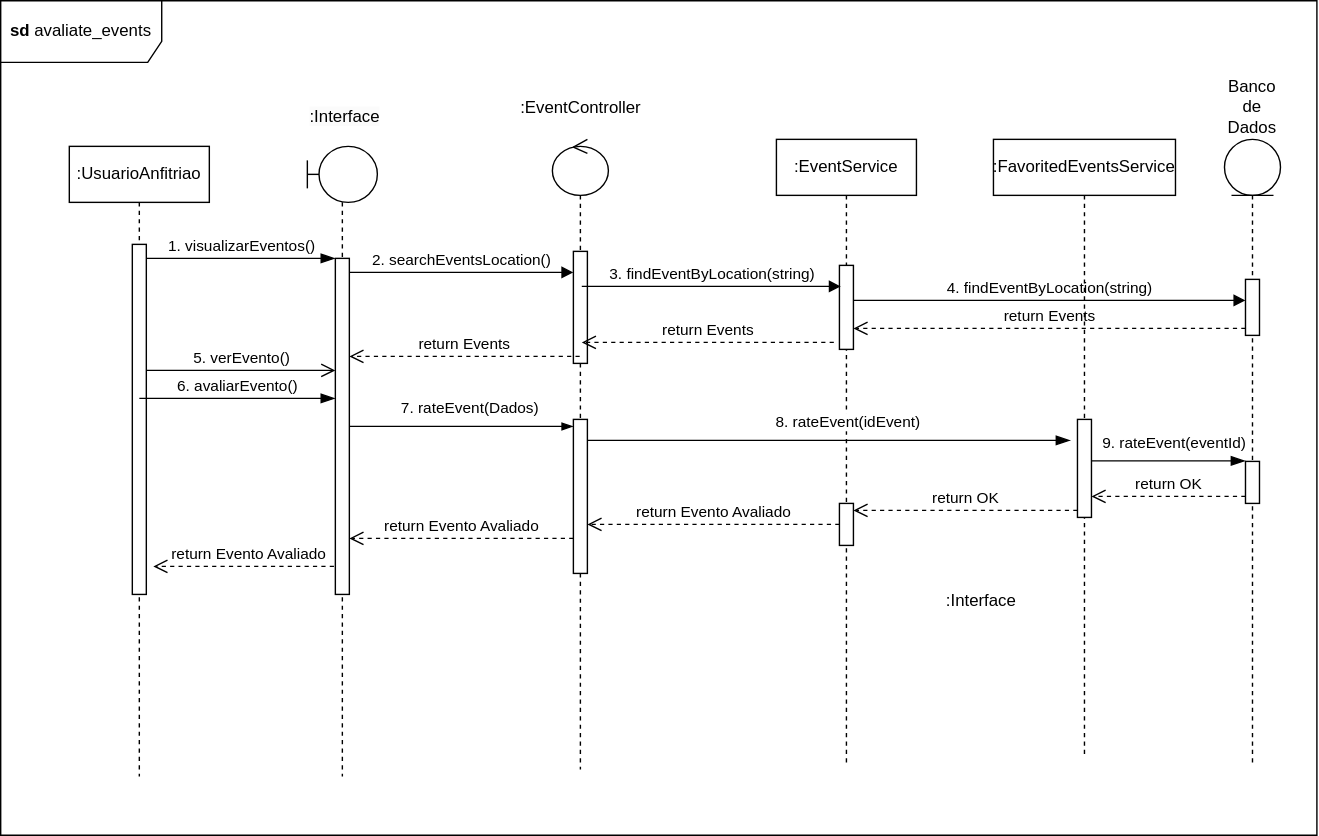
Earlier version of the draw.io export docs/Modelagem/assets/diagrama-de-sequencia/Avaliar_Eventos.svg (UnBArqDsw2024-2/2024.2_G5_Turismo_Entrega_0). Source tidied: cells renumbered, new cells last; positions are measured from the earlier drawing's top-left corner, leaving out a move shared by most shapes. Source of this version:
```xml
<mxGraphModel>
  <root>
    <mxCell id="0" />
    <mxCell id="1" parent="0" />
    <mxCell id="2" value="&lt;b&gt;sd&lt;/b&gt; avaliate_events" style="shape=umlFrame;whiteSpace=wrap;html=1;rotation=0;width=115;height=44;" parent="1" vertex="1">
      <mxGeometry width="940" height="596" as="geometry" />
    </mxCell>
    <mxCell id="3" value=":UsuarioAnfitriao" style="shape=umlLifeline;perimeter=lifelinePerimeter;whiteSpace=wrap;html=1;newEdgeStyle={&quot;curved&quot;:0,&quot;rounded&quot;:0};" parent="1" vertex="1">
      <mxGeometry x="49" y="104" width="100" height="450" as="geometry" />
    </mxCell>
    <mxCell id="4" style="html=1;points=[[0,0,0,0,5],[0,1,0,0,-5],[1,0,0,0,5],[1,1,0,0,-5]];perimeter=orthogonalPerimeter;outlineConnect=0;targetShapes=umlLifeline;portConstraint=eastwest;newEdgeStyle={&quot;curved&quot;:0,&quot;rounded&quot;:0};" parent="3" vertex="1">
      <mxGeometry x="45" y="70" width="10" height="250" as="geometry" />
    </mxCell>
    <mxCell id="5" value=":EventService" style="shape=umlLifeline;perimeter=lifelinePerimeter;whiteSpace=wrap;html=1;newEdgeStyle={&quot;curved&quot;:0,&quot;rounded&quot;:0};" parent="1" vertex="1">
      <mxGeometry x="554" y="99" width="100" height="445" as="geometry" />
    </mxCell>
    <mxCell id="6" style="html=1;points=[[0,0,0,0,5],[0,1,0,0,-5],[1,0,0,0,5],[1,1,0,0,-5]];perimeter=orthogonalPerimeter;outlineConnect=0;targetShapes=umlLifeline;portConstraint=eastwest;newEdgeStyle={&quot;curved&quot;:0,&quot;rounded&quot;:0};" parent="5" vertex="1">
      <mxGeometry x="45" y="260" width="10" height="30" as="geometry" />
    </mxCell>
    <mxCell id="7" style="html=1;perimeter=orthogonalPerimeter;targetShapes=umlLifeline;newEdgeStyle={&quot;curved&quot;:0,&quot;rounded&quot;:0};" parent="5" vertex="1">
      <mxGeometry x="45" y="90" width="10" height="60" as="geometry" />
    </mxCell>
    <mxCell id="8" value="Banco de Dados&lt;div&gt;&lt;br&gt;&lt;/div&gt;&lt;div&gt;&lt;br&gt;&lt;/div&gt;&lt;div&gt;&lt;br&gt;&lt;/div&gt;&lt;div&gt;&lt;br&gt;&lt;/div&gt;&lt;div&gt;&lt;br&gt;&lt;/div&gt;&lt;div&gt;&lt;br&gt;&lt;/div&gt;" style="shape=umlLifeline;perimeter=lifelinePerimeter;whiteSpace=wrap;html=1;newEdgeStyle={&quot;curved&quot;:0,&quot;rounded&quot;:0};participant=umlEntity;" parent="1" vertex="1">
      <mxGeometry x="874" y="99" width="40" height="445" as="geometry" />
    </mxCell>
    <mxCell id="9" style="html=1;perimeter=orthogonalPerimeter;targetShapes=umlLifeline;newEdgeStyle={&quot;curved&quot;:0,&quot;rounded&quot;:0};" parent="8" vertex="1">
      <mxGeometry x="15" y="100" width="10" height="40" as="geometry" />
    </mxCell>
    <mxCell id="10" style="html=1;perimeter=orthogonalPerimeter;targetShapes=umlLifeline;newEdgeStyle={&quot;curved&quot;:0,&quot;rounded&quot;:0};" parent="8" vertex="1">
      <mxGeometry x="15" y="230" width="10" height="30" as="geometry" />
    </mxCell>
    <mxCell id="11" style="shape=umlLifeline;perimeter=lifelinePerimeter;whiteSpace=wrap;html=1;outlineConnect=0;portConstraint=eastwest;newEdgeStyle={&quot;curved&quot;:0,&quot;rounded&quot;:0};participant=umlControl;" parent="1" vertex="1">
      <mxGeometry x="394" y="99" width="40" height="450" as="geometry" />
    </mxCell>
    <mxCell id="12" style="html=1;points=[[0,0,0,0,5],[0,1,0,0,-5],[1,0,0,0,5],[1,1,0,0,-5]];perimeter=orthogonalPerimeter;outlineConnect=0;targetShapes=umlLifeline;portConstraint=eastwest;newEdgeStyle={&quot;curved&quot;:0,&quot;rounded&quot;:0};" parent="11" vertex="1">
      <mxGeometry x="15" y="200" width="10" height="110" as="geometry" />
    </mxCell>
    <mxCell id="13" style="html=1;perimeter=orthogonalPerimeter;targetShapes=umlLifeline;newEdgeStyle={&quot;curved&quot;:0,&quot;rounded&quot;:0};" parent="11" vertex="1">
      <mxGeometry x="15" y="80" width="10" height="80" as="geometry" />
    </mxCell>
    <mxCell id="14" value=":Interface" style="text;html=1;align=center;verticalAlign=middle;strokeColor=none;fillColor=none;" parent="1" vertex="1">
      <mxGeometry x="665" y="414" width="70" height="30" as="geometry" />
    </mxCell>
    <mxCell id="15" value=":EventController&lt;div&gt;&lt;br&gt;&lt;/div&gt;" style="text;html=1;align=center;verticalAlign=middle;strokeColor=none;fillColor=none;" parent="1" vertex="1">
      <mxGeometry x="359" y="64" width="110" height="40" as="geometry" />
    </mxCell>
    <mxCell id="16" value="1. visualizarEventos()" style="html=1;verticalAlign=bottom;startArrow=none;startFill=0;endArrow=blockThin;startSize=6;endSize=8;curved=0;rounded=0;endFill=1;" parent="1" edge="1" source="4" target="37">
      <mxGeometry x="0.01" relative="1" as="geometry">
        <Array as="points">
          <mxPoint x="169" y="184" />
        </Array>
      </mxGeometry>
    </mxCell>
    <mxCell id="17" value="5. verEvento()" style="html=1;verticalAlign=bottom;startArrow=none;startFill=0;endArrow=open;startSize=6;endSize=8;curved=0;rounded=0;endFill=0;" parent="1" edge="1">
      <mxGeometry relative="1" as="geometry">
        <mxPoint x="104" y="264" as="sourcePoint" />
        <mxPoint x="239" y="264" as="targetPoint" />
        <Array as="points">
          <mxPoint x="169" y="264" />
        </Array>
      </mxGeometry>
    </mxCell>
    <mxCell id="18" value="8. rateEvent(idEvent)" style="html=1;verticalAlign=bottom;startArrow=none;startFill=0;endArrow=blockThin;startSize=6;endSize=8;curved=0;rounded=0;endFill=1;" parent="1" edge="1">
      <mxGeometry x="0.08" y="4" relative="1" as="geometry">
        <mxPoint x="419" y="314" as="sourcePoint" />
        <mxPoint x="764" y="314" as="targetPoint" />
      </mxGeometry>
    </mxCell>
    <mxCell id="19" value="return OK" style="html=1;verticalAlign=bottom;endArrow=open;dashed=1;endSize=8;curved=0;rounded=0;exitX=0;exitY=1;exitDx=0;exitDy=-5;exitPerimeter=0;" parent="1" edge="1" target="31">
      <mxGeometry relative="1" as="geometry">
        <mxPoint x="889" y="354" as="sourcePoint" />
      </mxGeometry>
    </mxCell>
    <mxCell id="20" value="return Evento Avaliado" style="html=1;verticalAlign=bottom;endArrow=open;dashed=1;endSize=8;curved=0;rounded=0;" parent="1" edge="1">
      <mxGeometry relative="1" as="geometry">
        <mxPoint x="599" y="374" as="sourcePoint" />
        <mxPoint x="419" y="374" as="targetPoint" />
      </mxGeometry>
    </mxCell>
    <mxCell id="21" value="return Evento Avaliado" style="html=1;verticalAlign=bottom;endArrow=open;dashed=1;endSize=8;curved=0;rounded=0;" parent="1" edge="1">
      <mxGeometry relative="1" as="geometry">
        <mxPoint x="409" y="384" as="sourcePoint" />
        <mxPoint x="249" y="384" as="targetPoint" />
      </mxGeometry>
    </mxCell>
    <mxCell id="22" value="return Evento Avaliado" style="html=1;verticalAlign=bottom;endArrow=open;dashed=1;endSize=8;curved=0;rounded=0;" parent="1" edge="1">
      <mxGeometry relative="1" as="geometry">
        <mxPoint x="244" y="404" as="sourcePoint" />
        <mxPoint x="109" y="404" as="targetPoint" />
      </mxGeometry>
    </mxCell>
    <mxCell id="23" value="7. rateEvent(Dados)" style="html=1;verticalAlign=bottom;startArrow=none;startFill=0;endArrow=blockThin;curved=0;rounded=0;endFill=1;" parent="1" edge="1" source="37" target="12">
      <mxGeometry x="0.07" y="4" relative="1" as="geometry">
        <Array as="points">
          <mxPoint x="325" y="304" />
        </Array>
      </mxGeometry>
    </mxCell>
    <mxCell id="24" value="6. avaliarEvento()" style="html=1;verticalAlign=bottom;startArrow=none;startFill=0;endArrow=blockThin;startSize=6;endSize=8;curved=0;rounded=0;endFill=1;" parent="1" edge="1">
      <mxGeometry relative="1" as="geometry">
        <mxPoint x="99" y="284" as="sourcePoint" />
        <mxPoint x="239" y="284" as="targetPoint" />
      </mxGeometry>
    </mxCell>
    <mxCell id="25" value="2. searchEventsLocation()" style="html=1;verticalAlign=bottom;endArrow=block;curved=0;rounded=0;entryX=0;entryY=0;entryDx=0;entryDy=5;entryPerimeter=0;" parent="1" edge="1">
      <mxGeometry relative="1" as="geometry">
        <mxPoint x="249" y="194" as="sourcePoint" />
        <mxPoint x="409" y="194" as="targetPoint" />
        <Array as="points">
          <mxPoint x="335" y="194" />
        </Array>
      </mxGeometry>
    </mxCell>
    <mxCell id="26" value="3. findEventByLocation(string)" style="html=1;verticalAlign=bottom;endArrow=block;curved=0;rounded=0;" parent="1" edge="1">
      <mxGeometry relative="1" as="geometry">
        <mxPoint x="415" y="204" as="sourcePoint" />
        <mxPoint x="600" y="204" as="targetPoint" />
      </mxGeometry>
    </mxCell>
    <mxCell id="27" value="4. findEventByLocation(string)" style="html=1;verticalAlign=bottom;endArrow=block;curved=0;rounded=0;" parent="1" edge="1">
      <mxGeometry relative="1" as="geometry">
        <mxPoint x="609" y="214" as="sourcePoint" />
        <mxPoint x="889" y="214" as="targetPoint" />
      </mxGeometry>
    </mxCell>
    <mxCell id="28" value="return Events" style="html=1;verticalAlign=bottom;endArrow=open;dashed=1;endSize=8;curved=0;rounded=0;" parent="1" edge="1">
      <mxGeometry relative="1" as="geometry">
        <mxPoint x="889" y="234" as="sourcePoint" />
        <mxPoint x="609" y="234" as="targetPoint" />
        <Array as="points">
          <mxPoint x="784" y="234" />
        </Array>
      </mxGeometry>
    </mxCell>
    <mxCell id="29" value="return Events" style="html=1;verticalAlign=bottom;endArrow=open;dashed=1;endSize=8;curved=0;rounded=0;" parent="1" edge="1">
      <mxGeometry relative="1" as="geometry">
        <mxPoint x="595" y="244" as="sourcePoint" />
        <mxPoint x="415" y="244" as="targetPoint" />
        <Array as="points">
          <mxPoint x="510" y="244" />
        </Array>
      </mxGeometry>
    </mxCell>
    <mxCell id="30" value=":FavoritedEventsService" style="shape=umlLifeline;perimeter=lifelinePerimeter;whiteSpace=wrap;html=1;newEdgeStyle={&quot;curved&quot;:0,&quot;rounded&quot;:0};" parent="1" vertex="1">
      <mxGeometry x="709" y="99" width="130" height="440" as="geometry" />
    </mxCell>
    <mxCell id="31" style="html=1;points=[[0,0,0,0,5],[0,1,0,0,-5],[1,0,0,0,5],[1,1,0,0,-5]];perimeter=orthogonalPerimeter;outlineConnect=0;targetShapes=umlLifeline;portConstraint=eastwest;newEdgeStyle={&quot;curved&quot;:0,&quot;rounded&quot;:0};" parent="30" vertex="1">
      <mxGeometry x="60" y="200" width="10" height="70" as="geometry" />
    </mxCell>
    <mxCell id="32" value="9. rateEvent(eventId)" style="html=1;verticalAlign=bottom;startArrow=none;startFill=0;endArrow=blockThin;startSize=6;endSize=8;curved=0;rounded=0;endFill=1;" parent="1" edge="1">
      <mxGeometry x="0.08" y="4" relative="1" as="geometry">
        <mxPoint x="779" y="328.6" as="sourcePoint" />
        <mxPoint x="889" y="328.6" as="targetPoint" />
      </mxGeometry>
    </mxCell>
    <mxCell id="33" value="return OK" style="html=1;verticalAlign=bottom;endArrow=open;dashed=1;endSize=8;curved=0;rounded=0;exitX=0;exitY=1;exitDx=0;exitDy=-5;exitPerimeter=0;" parent="1" edge="1" source="31" target="6">
      <mxGeometry relative="1" as="geometry" />
    </mxCell>
    <mxCell id="34" value="return Events" style="html=1;verticalAlign=bottom;endArrow=open;dashed=1;endSize=8;curved=0;rounded=0;" parent="1" edge="1" source="11" target="37">
      <mxGeometry relative="1" as="geometry">
        <Array as="points">
          <mxPoint x="335" y="254" />
        </Array>
      </mxGeometry>
    </mxCell>
    <mxCell id="35" style="group;" parent="1" vertex="1">
      <mxGeometry x="219" y="69" width="66" height="485" as="geometry" />
    </mxCell>
    <mxCell id="36" style="shape=umlLifeline;perimeter=lifelinePerimeter;whiteSpace=wrap;html=1;newEdgeStyle={&quot;curved&quot;:0,&quot;rounded&quot;:0};participant=umlBoundary;" parent="35" vertex="1">
      <mxGeometry y="35" width="50" height="450" as="geometry" />
    </mxCell>
    <mxCell id="37" style="html=1;points=[[0,0,0,0,5],[0,1,0,0,-5],[1,0,0,0,5],[1,1,0,0,-5]];perimeter=orthogonalPerimeter;outlineConnect=0;targetShapes=umlLifeline;portConstraint=eastwest;newEdgeStyle={&quot;curved&quot;:0,&quot;rounded&quot;:0};" parent="36" vertex="1">
      <mxGeometry x="20" y="80" width="10" height="240" as="geometry" />
    </mxCell>
    <mxCell id="38" value="&lt;span style=&quot;color: rgb(0, 0, 0); font-family: Helvetica; font-size: 12px; font-style: normal; font-variant-ligatures: normal; font-variant-caps: normal; font-weight: 400; letter-spacing: normal; orphans: 2; text-align: center; text-indent: 0px; text-transform: none; widows: 2; word-spacing: 0px; -webkit-text-stroke-width: 0px; white-space: nowrap; background-color: rgb(251, 251, 251); text-decoration-thickness: initial; text-decoration-style: initial; text-decoration-color: initial; display: inline !important; float: none;&quot;&gt;:Interface&lt;/span&gt;" style="text;whiteSpace=wrap;html=1;" parent="35" vertex="1">
      <mxGeometry width="66" height="30" as="geometry" />
    </mxCell>
  </root>
</mxGraphModel>
```
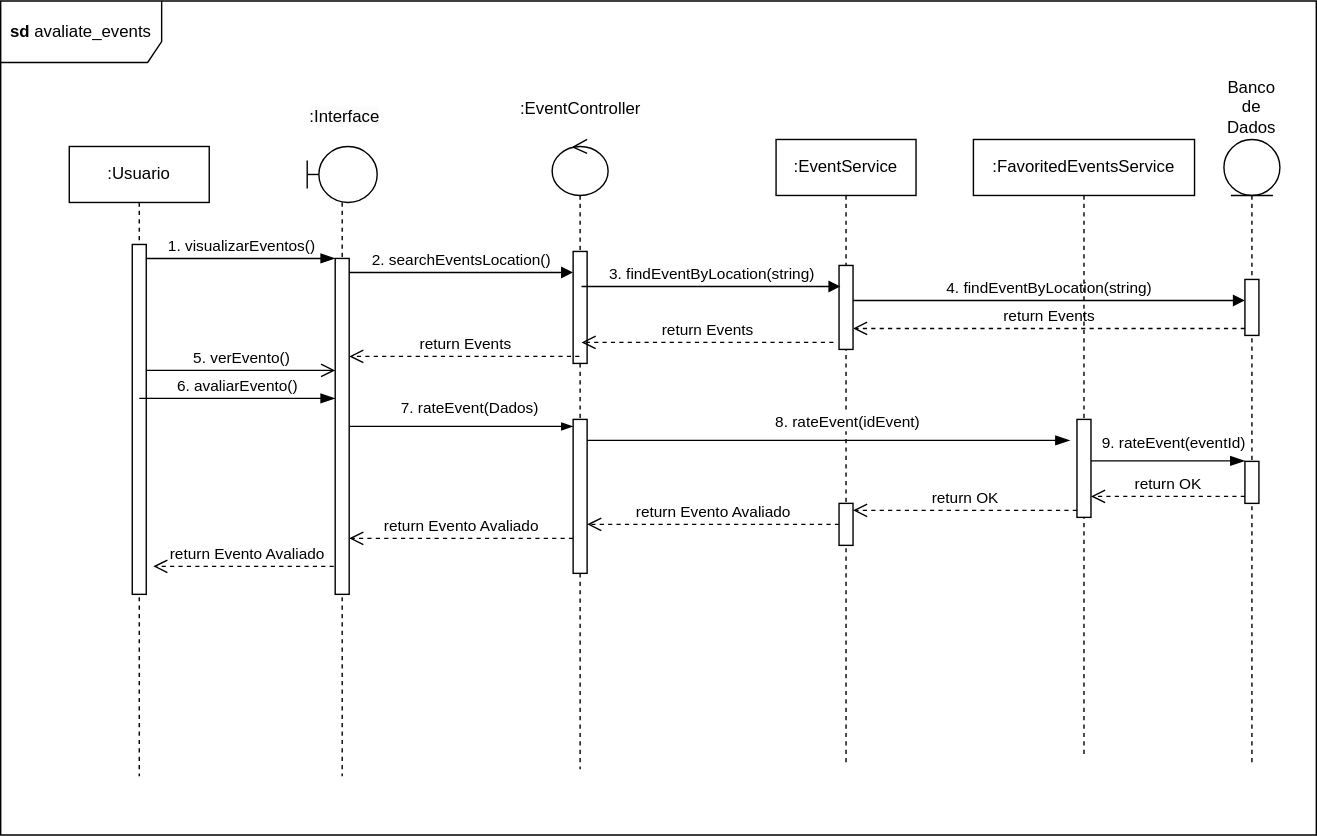
The same diagram one commit later.

What changed in the source:
```diff
@@ -5,7 +5,7 @@
     <mxCell id="2" value="&lt;b&gt;sd&lt;/b&gt; avaliate_events" style="shape=umlFrame;whiteSpace=wrap;html=1;rotation=0;width=115;height=44;" parent="1" vertex="1">
       <mxGeometry width="940" height="596" as="geometry" />
     </mxCell>
-    <mxCell id="3" value=":UsuarioAnfitriao" style="shape=umlLifeline;perimeter=lifelinePerimeter;whiteSpace=wrap;html=1;newEdgeStyle={&quot;curved&quot;:0,&quot;rounded&quot;:0};" parent="1" vertex="1">
+    <mxCell id="3" value=":Usuario" style="shape=umlLifeline;perimeter=lifelinePerimeter;whiteSpace=wrap;html=1;newEdgeStyle={&quot;curved&quot;:0,&quot;rounded&quot;:0};" parent="1" vertex="1">
       <mxGeometry x="49" y="104" width="100" height="450" as="geometry" />
     </mxCell>
     <mxCell id="4" style="html=1;points=[[0,0,0,0,5],[0,1,0,0,-5],[1,0,0,0,5],[1,1,0,0,-5]];perimeter=orthogonalPerimeter;outlineConnect=0;targetShapes=umlLifeline;portConstraint=eastwest;newEdgeStyle={&quot;curved&quot;:0,&quot;rounded&quot;:0};" parent="3" vertex="1">
@@ -38,9 +38,6 @@
     <mxCell id="13" style="html=1;perimeter=orthogonalPerimeter;targetShapes=umlLifeline;newEdgeStyle={&quot;curved&quot;:0,&quot;rounded&quot;:0};" parent="11" vertex="1">
       <mxGeometry x="15" y="80" width="10" height="80" as="geometry" />
     </mxCell>
-    <mxCell id="14" value=":Interface" style="text;html=1;align=center;verticalAlign=middle;strokeColor=none;fillColor=none;" parent="1" vertex="1">
-      <mxGeometry x="665" y="414" width="70" height="30" as="geometry" />
-    </mxCell>
     <mxCell id="15" value=":EventController&lt;div&gt;&lt;br&gt;&lt;/div&gt;" style="text;html=1;align=center;verticalAlign=middle;strokeColor=none;fillColor=none;" parent="1" vertex="1">
       <mxGeometry x="359" y="64" width="110" height="40" as="geometry" />
     </mxCell>
@@ -142,10 +139,10 @@
       </mxGeometry>
     </mxCell>
     <mxCell id="30" value=":FavoritedEventsService" style="shape=umlLifeline;perimeter=lifelinePerimeter;whiteSpace=wrap;html=1;newEdgeStyle={&quot;curved&quot;:0,&quot;rounded&quot;:0};" parent="1" vertex="1">
-      <mxGeometry x="709" y="99" width="130" height="440" as="geometry" />
+      <mxGeometry x="695" y="99" width="158" height="440" as="geometry" />
     </mxCell>
     <mxCell id="31" style="html=1;points=[[0,0,0,0,5],[0,1,0,0,-5],[1,0,0,0,5],[1,1,0,0,-5]];perimeter=orthogonalPerimeter;outlineConnect=0;targetShapes=umlLifeline;portConstraint=eastwest;newEdgeStyle={&quot;curved&quot;:0,&quot;rounded&quot;:0};" parent="30" vertex="1">
-      <mxGeometry x="60" y="200" width="10" height="70" as="geometry" />
+      <mxGeometry x="74" y="200" width="10" height="70" as="geometry" />
     </mxCell>
     <mxCell id="32" value="9. rateEvent(eventId)" style="html=1;verticalAlign=bottom;startArrow=none;startFill=0;endArrow=blockThin;startSize=6;endSize=8;curved=0;rounded=0;endFill=1;" parent="1" edge="1">
       <mxGeometry x="0.08" y="4" relative="1" as="geometry">
```
